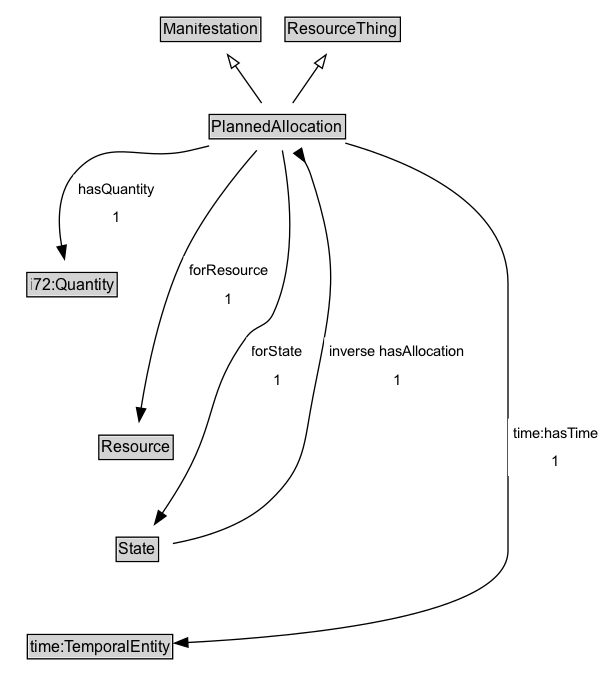
Earlier version of the Graphviz export docs/diagrams/PlannedAllocation.dot.png (ISO-TC204/ontology-cdm-p1-v1). Its source is kept beside it as docs/diagrams/PlannedAllocation.dot. Source of this version:
```dot
digraph {
	graph [overlap=false rankdir=TB splines=true]
	node [fontname=Arial fontsize=12 margin=0 shape=none]
	edge [fontname=Arial fontsize=11]
	{
		rank=source
		Manifestation [label=<<TABLE BORDER="1" CELLBORDER="0" CELLSPACING="0" CELLPADDING="1"><TR><TD BGCOLOR="lightgray" ALIGN="CENTER">Manifestation</TD></TR></TABLE>> URL="../Manifestation" margin=0]
		ResourceThing [label=<<TABLE BORDER="1" CELLBORDER="0" CELLSPACING="0" CELLPADDING="1"><TR><TD BGCOLOR="lightgray" ALIGN="CENTER">ResourceThing</TD></TR></TABLE>> URL="../ResourceThing" margin=0]
	}
	PlannedAllocation [label=<<TABLE BORDER="1" CELLBORDER="0" CELLSPACING="0" CELLPADDING="1"><TR><TD BGCOLOR="lightgray" ALIGN="CENTER">PlannedAllocation</TD></TR></TABLE>> URL="../PlannedAllocation" margin=0]
	{
		rank=max
	}
	subgraph cluster_associated {
		label="" style=invis
		Invis [label=<<TABLE BORDER="0" CELLBORDER="0" CELLSPACING="0" CELLPADDING="1"><TR><TD></TD></TR></TABLE>> margin=0 style=invis]
		i72_Quantity [label=<<TABLE BORDER="1" CELLBORDER="0" CELLSPACING="0" CELLPADDING="1"><TR><TD BGCOLOR="lightgray" ALIGN="CENTER">i72:Quantity</TD></TR></TABLE>> URL="https://w3id.org/citydata/21972/v1/Quantity" margin=0]
		Resource [label=<<TABLE BORDER="1" CELLBORDER="0" CELLSPACING="0" CELLPADDING="1"><TR><TD BGCOLOR="lightgray" ALIGN="CENTER">Resource</TD></TR></TABLE>> URL="../Resource" margin=0]
		State [label=<<TABLE BORDER="1" CELLBORDER="0" CELLSPACING="0" CELLPADDING="1"><TR><TD BGCOLOR="lightgray" ALIGN="CENTER">State</TD></TR></TABLE>> URL="../State" margin=0]
		time_TemporalEntity [label=<<TABLE BORDER="1" CELLBORDER="0" CELLSPACING="0" CELLPADDING="1"><TR><TD BGCOLOR="lightgray" ALIGN="CENTER">time:TemporalEntity</TD></TR></TABLE>> URL="https://w3id.org/citydata/imported/time/latest/TemporalEntity" margin=0]
	}
	PlannedAllocation -> Manifestation [arrowhead=onormal style=solid]
	PlannedAllocation -> ResourceThing [arrowhead=onormal style=solid]
	PlannedAllocation -> Invis [style=invis]
	Invis -> i72_Quantity [style=invis]
	i72_Quantity -> Resource [style=invis]
	Resource -> State [style=invis]
	State -> time_TemporalEntity [style=invis]
	i72_Quantity [label=<<TABLE BORDER="1" CELLBORDER="0" CELLSPACING="0" CELLPADDING="1"><TR><TD BGCOLOR="lightgray" ALIGN="CENTER">i72:Quantity</TD></TR></TABLE>> URL="https://w3id.org/citydata/21972/v1/Quantity" margin=0]
	PlannedAllocation -> i72_Quantity [label=<<TABLE BORDER="0" CELLBORDER="0" CELLSPACING="0" CELLPADDING="4" BGCOLOR="white"><TR><TD ALIGN="CENTER">hasQuantity</TD></TR><TR><TD ALIGN="CENTER">1</TD></TR></TABLE>> arrowhead=normal style=solid]
	time_TemporalEntity [label=<<TABLE BORDER="1" CELLBORDER="0" CELLSPACING="0" CELLPADDING="1"><TR><TD BGCOLOR="lightgray" ALIGN="CENTER">time:TemporalEntity</TD></TR></TABLE>> URL="https://w3id.org/citydata/imported/time/latest/TemporalEntity" margin=0]
	PlannedAllocation -> time_TemporalEntity [label=<<TABLE BORDER="0" CELLBORDER="0" CELLSPACING="0" CELLPADDING="4" BGCOLOR="white"><TR><TD ALIGN="CENTER">time:hasTime</TD></TR><TR><TD ALIGN="CENTER">1</TD></TR></TABLE>> arrowhead=normal style=solid]
	Resource [label=<<TABLE BORDER="1" CELLBORDER="0" CELLSPACING="0" CELLPADDING="1"><TR><TD BGCOLOR="lightgray" ALIGN="CENTER">Resource</TD></TR></TABLE>> URL="../Resource" margin=0]
	PlannedAllocation -> Resource [label=<<TABLE BORDER="0" CELLBORDER="0" CELLSPACING="0" CELLPADDING="4" BGCOLOR="white"><TR><TD ALIGN="CENTER">forResource</TD></TR><TR><TD ALIGN="CENTER">1</TD></TR></TABLE>> arrowhead=normal style=solid]
	State [label=<<TABLE BORDER="1" CELLBORDER="0" CELLSPACING="0" CELLPADDING="1"><TR><TD BGCOLOR="lightgray" ALIGN="CENTER">State</TD></TR></TABLE>> URL="../State" margin=0]
	State -> PlannedAllocation [label=<<TABLE BORDER="0" CELLBORDER="0" CELLSPACING="0" CELLPADDING="4" BGCOLOR="white"><TR><TD ALIGN="CENTER">inverse hasAllocation</TD></TR><TR><TD ALIGN="CENTER">1</TD></TR></TABLE>> arrowhead=inv style=solid]
	PlannedAllocation -> State [label=<<TABLE BORDER="0" CELLBORDER="0" CELLSPACING="0" CELLPADDING="4" BGCOLOR="white"><TR><TD ALIGN="CENTER">forState</TD></TR><TR><TD ALIGN="CENTER">1</TD></TR></TABLE>> arrowhead=normal style=solid]
}
```
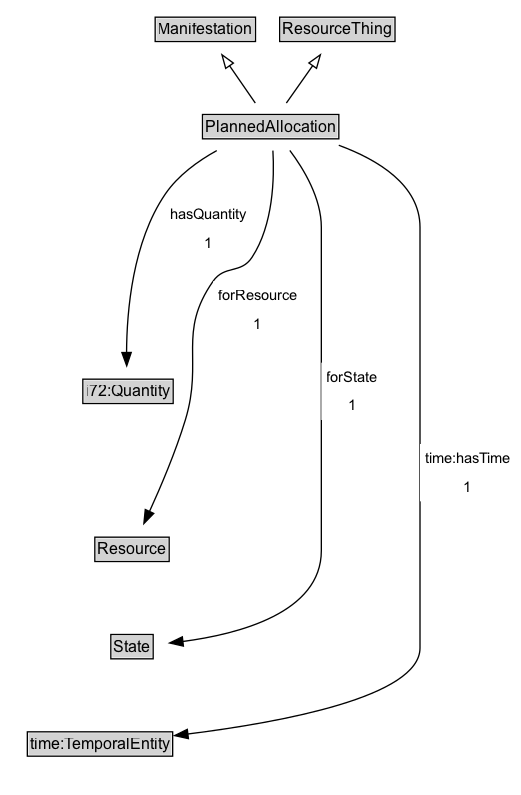
Above is the later version.

The edit, as a diff of the source:
```diff
@@ -26,13 +26,12 @@
 	i72_Quantity -> Resource [style=invis]
 	Resource -> State [style=invis]
 	State -> time_TemporalEntity [style=invis]
+	Resource [label=<<TABLE BORDER="1" CELLBORDER="0" CELLSPACING="0" CELLPADDING="1"><TR><TD BGCOLOR="lightgray" ALIGN="CENTER">Resource</TD></TR></TABLE>> URL="../Resource" margin=0]
+	PlannedAllocation -> Resource [label=<<TABLE BORDER="0" CELLBORDER="0" CELLSPACING="0" CELLPADDING="4" BGCOLOR="white"><TR><TD ALIGN="CENTER">forResource</TD></TR><TR><TD ALIGN="CENTER">1</TD></TR></TABLE>> arrowhead=normal style=solid]
+	State [label=<<TABLE BORDER="1" CELLBORDER="0" CELLSPACING="0" CELLPADDING="1"><TR><TD BGCOLOR="lightgray" ALIGN="CENTER">State</TD></TR></TABLE>> URL="../State" margin=0]
+	PlannedAllocation -> State [label=<<TABLE BORDER="0" CELLBORDER="0" CELLSPACING="0" CELLPADDING="4" BGCOLOR="white"><TR><TD ALIGN="CENTER">forState</TD></TR><TR><TD ALIGN="CENTER">1</TD></TR></TABLE>> arrowhead=normal style=solid]
 	i72_Quantity [label=<<TABLE BORDER="1" CELLBORDER="0" CELLSPACING="0" CELLPADDING="1"><TR><TD BGCOLOR="lightgray" ALIGN="CENTER">i72:Quantity</TD></TR></TABLE>> URL="https://w3id.org/citydata/21972/v1/Quantity" margin=0]
 	PlannedAllocation -> i72_Quantity [label=<<TABLE BORDER="0" CELLBORDER="0" CELLSPACING="0" CELLPADDING="4" BGCOLOR="white"><TR><TD ALIGN="CENTER">hasQuantity</TD></TR><TR><TD ALIGN="CENTER">1</TD></TR></TABLE>> arrowhead=normal style=solid]
 	time_TemporalEntity [label=<<TABLE BORDER="1" CELLBORDER="0" CELLSPACING="0" CELLPADDING="1"><TR><TD BGCOLOR="lightgray" ALIGN="CENTER">time:TemporalEntity</TD></TR></TABLE>> URL="https://w3id.org/citydata/imported/time/latest/TemporalEntity" margin=0]
 	PlannedAllocation -> time_TemporalEntity [label=<<TABLE BORDER="0" CELLBORDER="0" CELLSPACING="0" CELLPADDING="4" BGCOLOR="white"><TR><TD ALIGN="CENTER">time:hasTime</TD></TR><TR><TD ALIGN="CENTER">1</TD></TR></TABLE>> arrowhead=normal style=solid]
-	Resource [label=<<TABLE BORDER="1" CELLBORDER="0" CELLSPACING="0" CELLPADDING="1"><TR><TD BGCOLOR="lightgray" ALIGN="CENTER">Resource</TD></TR></TABLE>> URL="../Resource" margin=0]
-	PlannedAllocation -> Resource [label=<<TABLE BORDER="0" CELLBORDER="0" CELLSPACING="0" CELLPADDING="4" BGCOLOR="white"><TR><TD ALIGN="CENTER">forResource</TD></TR><TR><TD ALIGN="CENTER">1</TD></TR></TABLE>> arrowhead=normal style=solid]
-	State [label=<<TABLE BORDER="1" CELLBORDER="0" CELLSPACING="0" CELLPADDING="1"><TR><TD BGCOLOR="lightgray" ALIGN="CENTER">State</TD></TR></TABLE>> URL="../State" margin=0]
-	State -> PlannedAllocation [label=<<TABLE BORDER="0" CELLBORDER="0" CELLSPACING="0" CELLPADDING="4" BGCOLOR="white"><TR><TD ALIGN="CENTER">inverse hasAllocation</TD></TR><TR><TD ALIGN="CENTER">1</TD></TR></TABLE>> arrowhead=inv style=solid]
-	PlannedAllocation -> State [label=<<TABLE BORDER="0" CELLBORDER="0" CELLSPACING="0" CELLPADDING="4" BGCOLOR="white"><TR><TD ALIGN="CENTER">forState</TD></TR><TR><TD ALIGN="CENTER">1</TD></TR></TABLE>> arrowhead=normal style=solid]
 }
```
